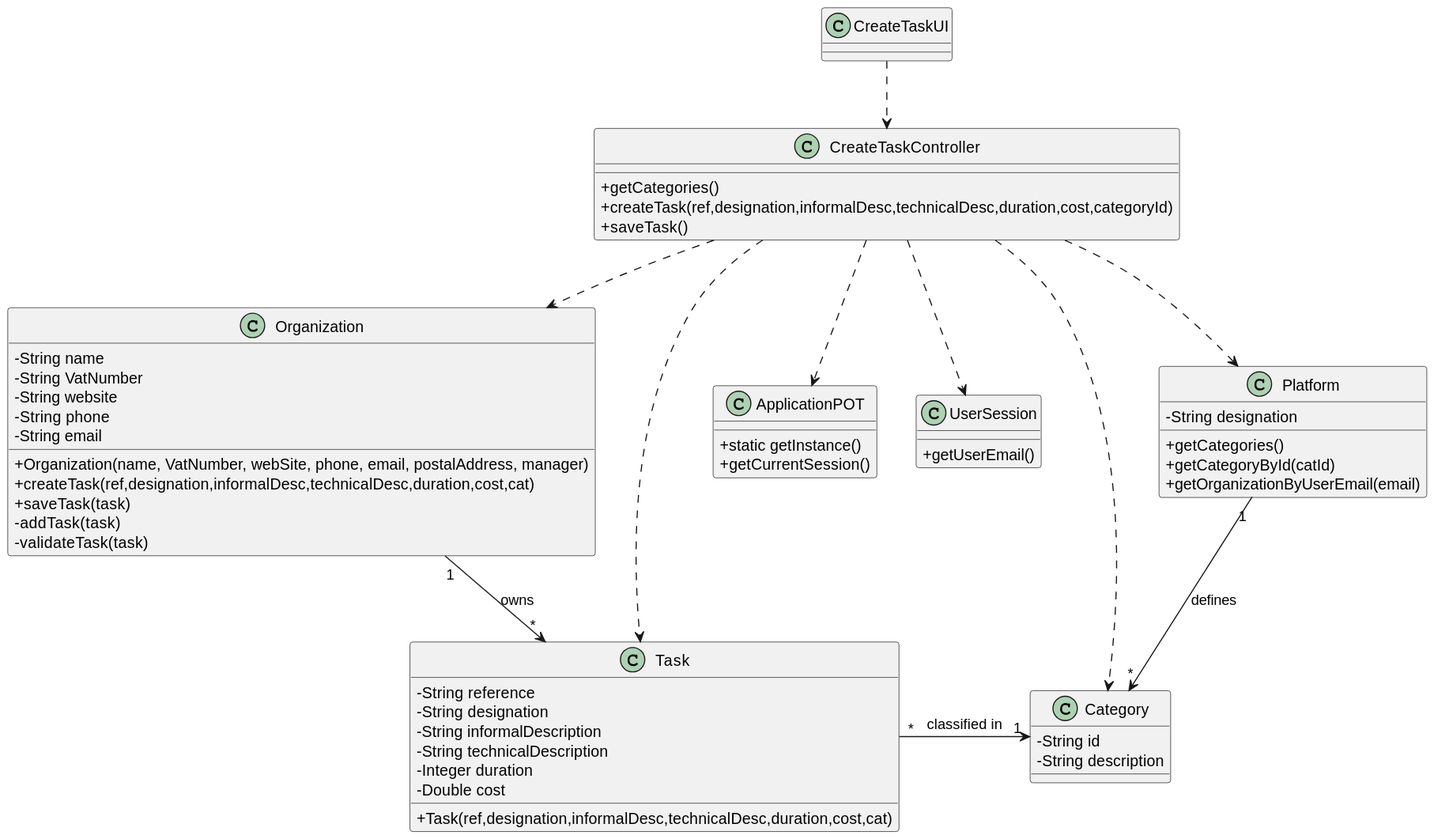
The PlantUML diagram docs/sprintB/global-artifacts/03.design/svg/class-diagram.svg in rita-barbosa/LAPR2-2223, before a commit.
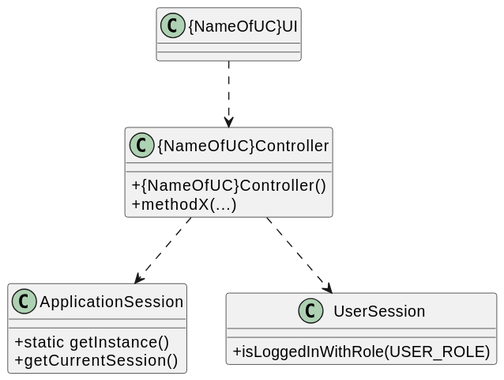
After the commit.

What changed in the source:
```diff
@@ -1,7 +1,7 @@
 @startuml
 skinparam classAttributeIconSize 0
 
-class ApplicationPOT
+class ApplicationSession
 {
   +static getInstance()
   +getCurrentSession()
@@ -9,62 +9,18 @@
 
 class UserSession
 {
-  +getUserEmail()
+  +isLoggedInWithRole(USER_ROLE)
 }
 
-class Task {
-  -String reference
-  -String designation
-  -String informalDescription
-  -String technicalDescription
-  -Integer duration
-  -Double cost
-  +Task(ref,designation,informalDesc,technicalDesc,duration,cost,cat)
+class "{NameOfUC}Controller" {
+    + {NameOfUC}Controller()
+    + methodX(...)
 }
 
-class Category {
-  -String id
-  -String description
+class "{NameOfUC}UI" {
 }
 
-class Organization {
-  -String name
-  -String VatNumber
-  -String website
-  -String phone
-  -String email
-  +Organization(name, VatNumber, webSite, phone, email, postalAddress, manager)
-  +createTask(ref,designation,informalDesc,technicalDesc,duration,cost,cat)
-  +saveTask(task)
-  -addTask(task)
-  -validateTask(task)
-}
-
-class Platform {
-  -String designation
-  +getCategories()
-  +getCategoryById(catId)
-  +getOrganizationByUserEmail(email)
-}
-
-class CreateTaskController {
-  +getCategories()
-  +createTask(ref,designation,informalDesc,technicalDesc,duration,cost,categoryId)
-  +saveTask()
-}
-
-class CreateTaskUI {
-
-}
-
-CreateTaskUI ..> CreateTaskController
-CreateTaskController ..> Platform
-CreateTaskController ..> Category
-CreateTaskController ..> Task
-CreateTaskController ..> Organization
-CreateTaskController ..> ApplicationPOT
-CreateTaskController ..> UserSession
-Task "*" -> "1" Category : classified in
-Platform "1" --> "*" Category : defines
-Organization "1" --> "*" Task : owns
+"{NameOfUC}UI" ..> "{NameOfUC}Controller"
+"{NameOfUC}Controller" ..> ApplicationSession
+"{NameOfUC}Controller" ..> UserSession
 @enduml
```
